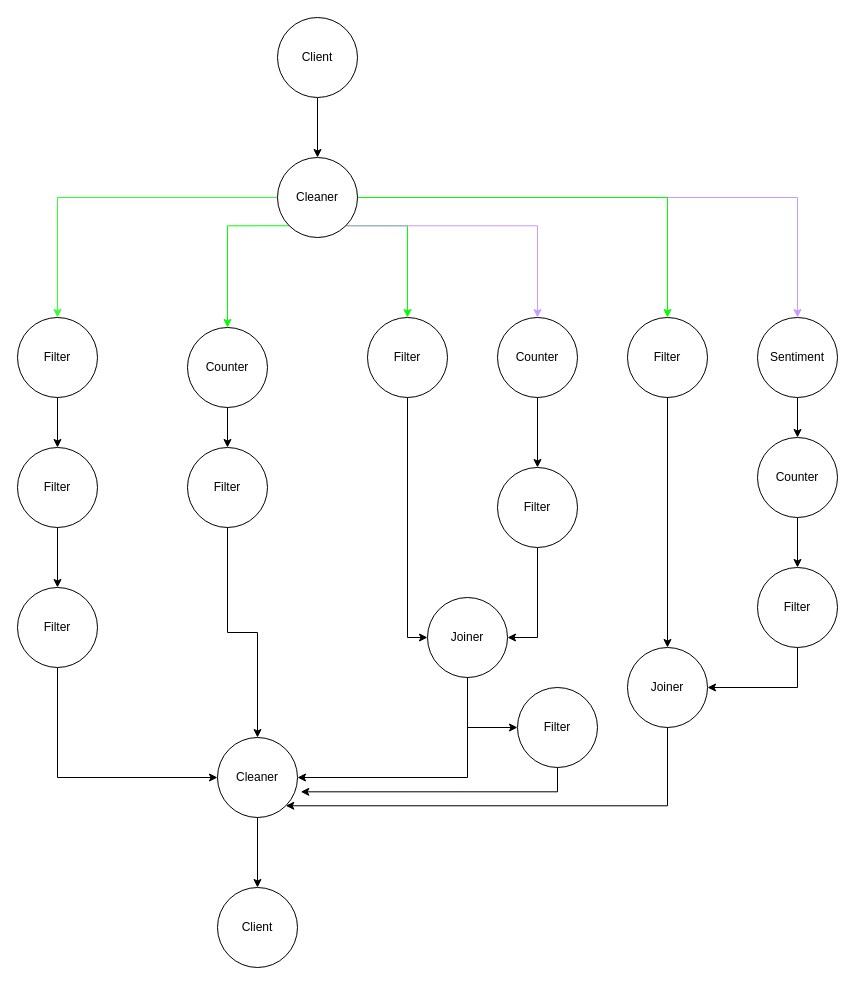
Earlier version of the draw.io diagram page "DAG" (8 of 9) of diagrams/diagramas.drawio (mateogdupont/escalabilidad). Source tidied: cells renumbered, new cells numbered last; positions are measured from the earlier drawing's top-left corner, leaving out a move shared by most shapes. Both pictures are drawn from the tidied source at 100%, with x=0, y=0 at pixel (17, 17).
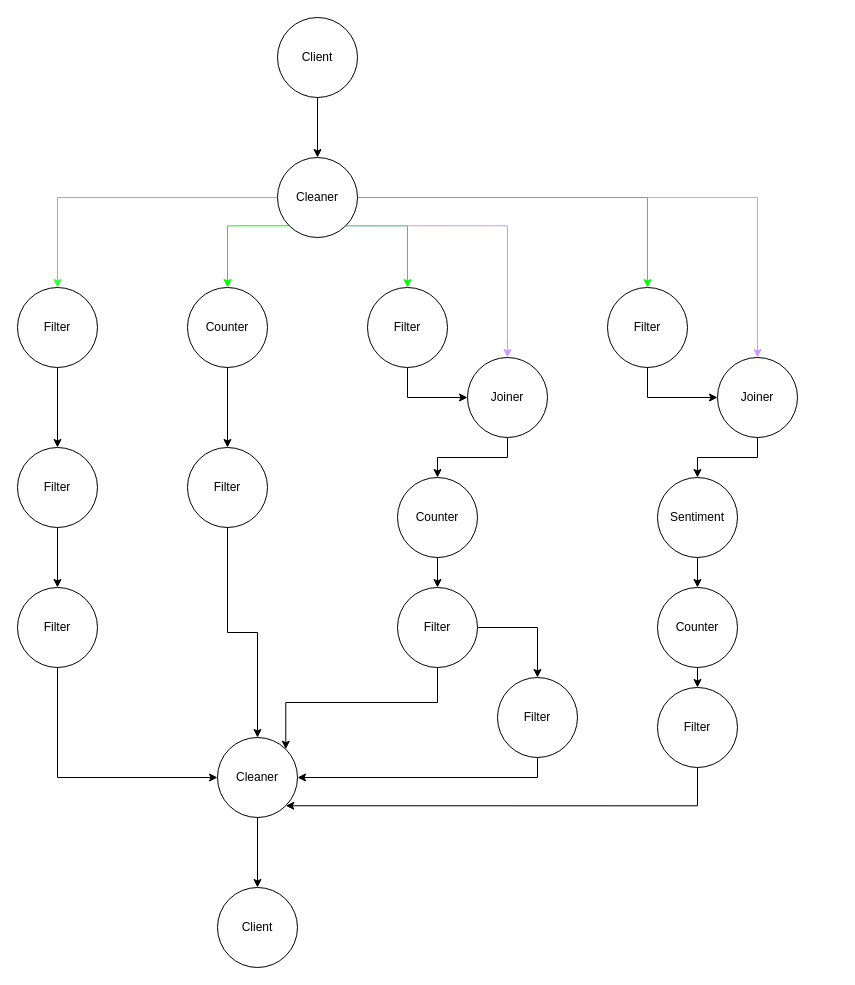
After the change.

The change refers to these unchanged cells:
```xml
<mxCell id="10" value="Cleaner" style="ellipse;whiteSpace=wrap;html=1;" parent="1" vertex="1">
  <mxGeometry x="260" y="140" width="80" height="80" as="geometry" />
</mxCell>
<mxCell id="18" value="Cleaner" style="ellipse;whiteSpace=wrap;html=1;" parent="1" vertex="1">
  <mxGeometry x="200" y="720" width="80" height="80" as="geometry" />
</mxCell>
```

What changed in the source:
```diff
@@
-    <mxCell id="7" style="edgeStyle=orthogonalEdgeStyle;rounded=0;jettySize=auto;html=1;exitX=1;exitY=1;exitDx=0;exitDy=0;entryX=0.5;entryY=0;entryDx=0;entryDy=0;strokeColor=#CC99FF;" parent="1" edge="1" source="10" target="27">
+    <mxCell id="7" style="edgeStyle=orthogonalEdgeStyle;rounded=0;jettySize=auto;html=1;exitX=1;exitY=1;exitDx=0;exitDy=0;entryX=0.5;entryY=0;entryDx=0;entryDy=0;strokeColor=#CC99FF;" parent="1" edge="1" source="10" target="32">
       <mxGeometry relative="1" as="geometry" />
     </mxCell>
-    <mxCell id="8" style="edgeStyle=orthogonalEdgeStyle;rounded=0;jettySize=auto;html=1;exitX=1;exitY=0.5;exitDx=0;exitDy=0;entryX=0.5;entryY=0;entryDx=0;entryDy=0;strokeColor=#CC99FF;" parent="1" edge="1" source="10" target="37">
+    <mxCell id="8" style="edgeStyle=orthogonalEdgeStyle;rounded=0;jettySize=auto;html=1;exitX=1;exitY=0.5;exitDx=0;exitDy=0;entryX=0.5;entryY=0;entryDx=0;entryDy=0;strokeColor=#CC99FF;" parent="1" edge="1" source="10" target="43">
       <mxGeometry relative="1" as="geometry" />
     </mxCell>
@@
     <mxCell id="12" value="Filter" style="ellipse;whiteSpace=wrap;html=1;" parent="1" vertex="1">
-      <mxGeometry y="300" width="80" height="80" as="geometry" />
+      <mxGeometry y="270" width="80" height="80" as="geometry" />
     </mxCell>
@@
     <mxCell id="21" value="Counter" style="ellipse;whiteSpace=wrap;html=1;" parent="1" vertex="1">
-      <mxGeometry x="170" y="310" width="80" height="80" as="geometry" />
+      <mxGeometry x="170" y="270" width="80" height="80" as="geometry" />
     </mxCell>
@@
     <mxCell id="25" value="Filter" style="ellipse;whiteSpace=wrap;html=1;" parent="1" vertex="1">
-      <mxGeometry x="350" y="300" width="80" height="80" as="geometry" />
+      <mxGeometry x="350" y="270" width="80" height="80" as="geometry" />
     </mxCell>
@@
     <mxCell id="27" value="Counter" style="ellipse;whiteSpace=wrap;html=1;" parent="1" vertex="1">
-      <mxGeometry x="480" y="300" width="80" height="80" as="geometry" />
+      <mxGeometry x="380" y="460" width="80" height="80" as="geometry" />
     </mxCell>
-    <mxCell id="28" style="edgeStyle=orthogonalEdgeStyle;rounded=0;jettySize=auto;html=1;exitX=0.5;exitY=1;exitDx=0;exitDy=0;entryX=1;entryY=0.5;entryDx=0;entryDy=0;" parent="1" edge="1" source="29" target="32">
+    <mxCell id="28" style="edgeStyle=orthogonalEdgeStyle;rounded=0;jettySize=auto;html=1;exitX=0.5;exitY=1;exitDx=0;exitDy=0;entryX=1;entryY=0;entryDx=0;entryDy=0;" parent="1" edge="1" source="29" target="18">
       <mxGeometry relative="1" as="geometry" />
     </mxCell>
-    <mxCell id="29" value="Filter" style="ellipse;whiteSpace=wrap;html=1;" parent="1" vertex="1">
-      <mxGeometry x="480" y="450" width="80" height="80" as="geometry" />
-    </mxCell>
-    <mxCell id="30" style="edgeStyle=orthogonalEdgeStyle;rounded=0;jettySize=auto;html=1;exitX=0.5;exitY=1;exitDx=0;exitDy=0;entryX=1;entryY=0.5;entryDx=0;entryDy=0;" parent="1" edge="1" source="32" target="18">
+    <mxCell id="30" style="edgeStyle=orthogonalEdgeStyle;rounded=0;jettySize=auto;html=1;exitX=0.5;exitY=1;exitDx=0;exitDy=0;entryX=0.5;entryY=0;entryDx=0;entryDy=0;" parent="1" edge="1" source="32" target="27">
       <mxGeometry relative="1" as="geometry" />
     </mxCell>
-    <mxCell id="31" style="edgeStyle=orthogonalEdgeStyle;rounded=0;jettySize=auto;html=1;exitX=0.5;exitY=1;exitDx=0;exitDy=0;entryX=0;entryY=0.5;entryDx=0;entryDy=0;" parent="1" edge="1" source="32" target="34">
+    <mxCell id="31" style="edgeStyle=orthogonalEdgeStyle;rounded=0;jettySize=auto;html=1;entryX=0.5;entryY=0;entryDx=0;entryDy=0;" parent="1" edge="1" source="29" target="34">
       <mxGeometry relative="1" as="geometry" />
     </mxCell>
     <mxCell id="32" value="Joiner" style="ellipse;whiteSpace=wrap;html=1;" parent="1" vertex="1">
-      <mxGeometry x="410" y="580" width="80" height="80" as="geometry" />
+      <mxGeometry x="450" y="340" width="80" height="80" as="geometry" />
     </mxCell>
-    <mxCell id="33" style="edgeStyle=orthogonalEdgeStyle;rounded=0;jettySize=auto;html=1;exitX=0.5;exitY=1;exitDx=0;exitDy=0;entryX=1.041;entryY=0.679;entryDx=0;entryDy=0;entryPerimeter=0;" parent="1" edge="1" source="34" target="18">
+    <mxCell id="33" style="edgeStyle=orthogonalEdgeStyle;rounded=0;jettySize=auto;html=1;exitX=0.5;exitY=1;exitDx=0;exitDy=0;entryX=1;entryY=0.5;entryDx=0;entryDy=0;" parent="1" edge="1" source="34" target="18">
       <mxGeometry relative="1" as="geometry" />
     </mxCell>
     <mxCell id="34" value="Filter" style="ellipse;whiteSpace=wrap;html=1;" parent="1" vertex="1">
-      <mxGeometry x="500" y="670" width="80" height="80" as="geometry" />
+      <mxGeometry x="480" y="660" width="80" height="80" as="geometry" />
     </mxCell>
     <mxCell id="35" value="Filter" style="ellipse;whiteSpace=wrap;html=1;" parent="1" vertex="1">
-      <mxGeometry x="610" y="300" width="80" height="80" as="geometry" />
+      <mxGeometry x="590" y="270" width="80" height="80" as="geometry" />
     </mxCell>
@@
     <mxCell id="37" value="Sentiment" style="ellipse;whiteSpace=wrap;html=1;" parent="1" vertex="1">
-      <mxGeometry x="740" y="300" width="80" height="80" as="geometry" />
+      <mxGeometry x="640" y="460" width="80" height="80" as="geometry" />
     </mxCell>
@@
     <mxCell id="39" value="Counter" style="ellipse;whiteSpace=wrap;html=1;" parent="1" vertex="1">
-      <mxGeometry x="740" y="420" width="80" height="80" as="geometry" />
+      <mxGeometry x="640" y="570" width="80" height="80" as="geometry" />
     </mxCell>
-    <mxCell id="40" style="edgeStyle=orthogonalEdgeStyle;rounded=0;jettySize=auto;html=1;exitX=0.5;exitY=1;exitDx=0;exitDy=0;entryX=1;entryY=0.5;entryDx=0;entryDy=0;" parent="1" edge="1" source="41" target="43">
+    <mxCell id="40" style="edgeStyle=orthogonalEdgeStyle;rounded=0;jettySize=auto;html=1;exitX=0.5;exitY=1;exitDx=0;exitDy=0;entryX=1;entryY=1;entryDx=0;entryDy=0;" parent="1" edge="1" source="41" target="18">
       <mxGeometry relative="1" as="geometry" />
     </mxCell>
     <mxCell id="41" value="Filter" style="ellipse;whiteSpace=wrap;html=1;" parent="1" vertex="1">
-      <mxGeometry x="740" y="550" width="80" height="80" as="geometry" />
+      <mxGeometry x="640" y="670" width="80" height="80" as="geometry" />
     </mxCell>
-    <mxCell id="42" style="edgeStyle=orthogonalEdgeStyle;rounded=0;jettySize=auto;html=1;exitX=0.5;exitY=1;exitDx=0;exitDy=0;entryX=1;entryY=1;entryDx=0;entryDy=0;" parent="1" edge="1" source="43" target="18">
-      <mxGeometry relative="1" as="geometry">
-        <Array as="points">
-          <mxPoint x="650" y="788" />
-        </Array>
-      </mxGeometry>
-    </mxCell>
+    <mxCell id="45" style="edgeStyle=orthogonalEdgeStyle;rounded=0;jettySize=auto;html=1;exitX=0.5;exitY=1;exitDx=0;exitDy=0;entryX=0.5;entryY=0;entryDx=0;entryDy=0;" parent="1" edge="1" source="43" target="37">
+      <mxGeometry relative="1" as="geometry" />
+    </mxCell>
     <mxCell id="43" value="Joiner" style="ellipse;whiteSpace=wrap;html=1;" parent="1" vertex="1">
-      <mxGeometry x="610" y="630" width="80" height="80" as="geometry" />
+      <mxGeometry x="700" y="340" width="80" height="80" as="geometry" />
     </mxCell>
-    <mxCell id="44" style="edgeStyle=orthogonalEdgeStyle;rounded=0;jettySize=auto;html=1;exitX=0.5;exitY=1;exitDx=0;exitDy=0;entryX=0.5;entryY=0;entryDx=0;entryDy=0;" parent="1" edge="1" source="35" target="43">
+    <mxCell id="44" style="edgeStyle=orthogonalEdgeStyle;rounded=0;jettySize=auto;html=1;exitX=0.5;exitY=1;exitDx=0;exitDy=0;entryX=0;entryY=0.5;entryDx=0;entryDy=0;" parent="1" edge="1" source="35" target="43">
       <mxGeometry relative="1" as="geometry" />
     </mxCell>
+    <mxCell id="29" value="Filter" style="ellipse;whiteSpace=wrap;html=1;" parent="1" vertex="1">
+      <mxGeometry x="380" y="570" width="80" height="80" as="geometry" />
+    </mxCell>
```
